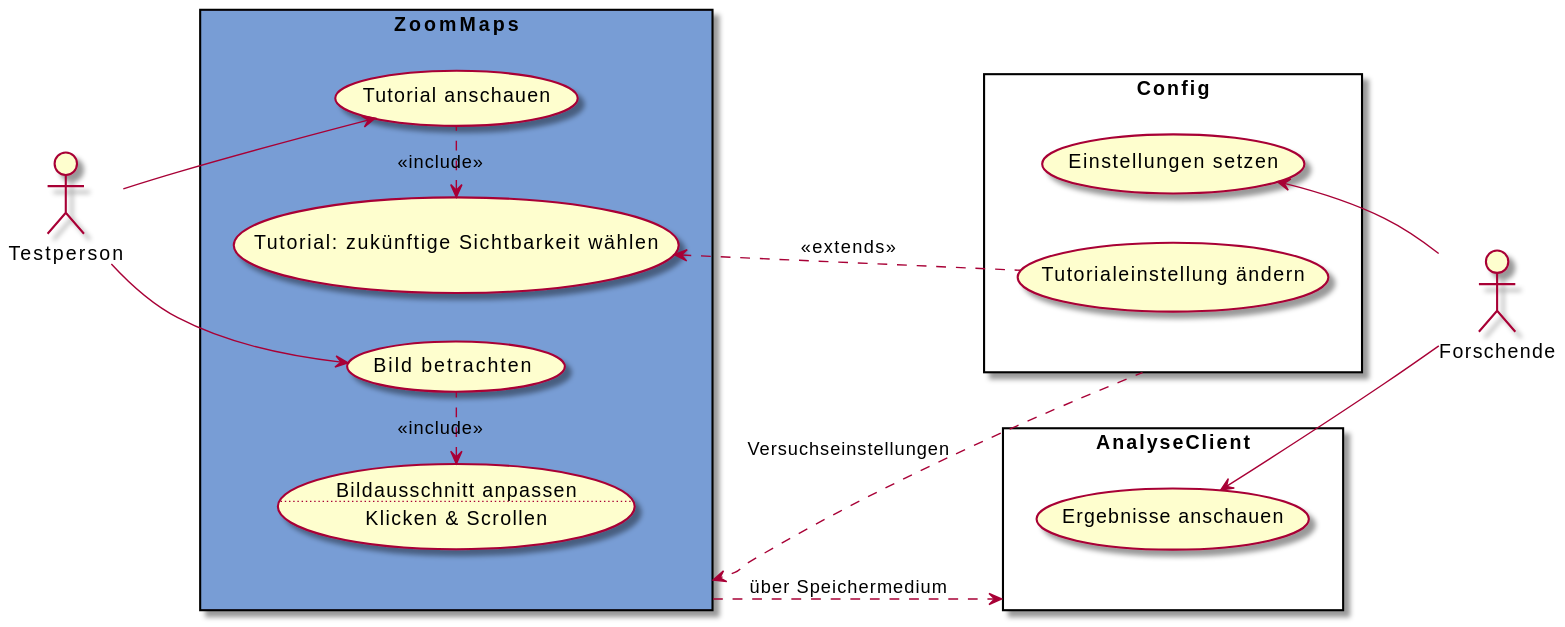
This is meilenstein_05/usecase-zoommaps/usecase-zoommaps.svg from weichware10/meilensteine, a PlantUML export, as it was before one commit.
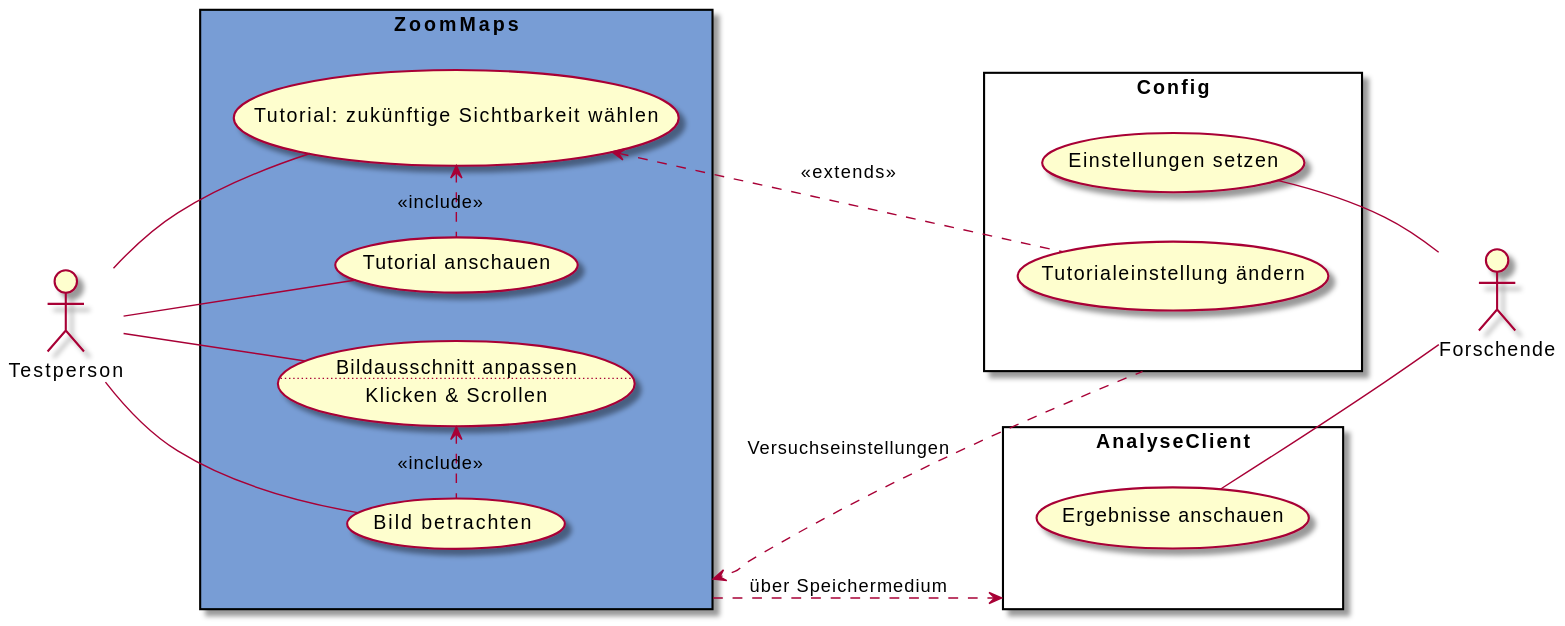
Later version of the same file.

Commit message:
rendered SVGs

Diff of the diagram source:
```diff
@@ -24,11 +24,13 @@
     usecase "Tutorialeinstellung ändern" as tä
 }
 
-t --> td
-t --> bb
+t -- td
+t -- bb
+t -- ba
+t -- tw
 
-es <-- f
-ea <-- f
+es -- f
+ea -- f
 
 tw <.. tä : <<extends>>
 z ..> a : über Speichermedium
```
